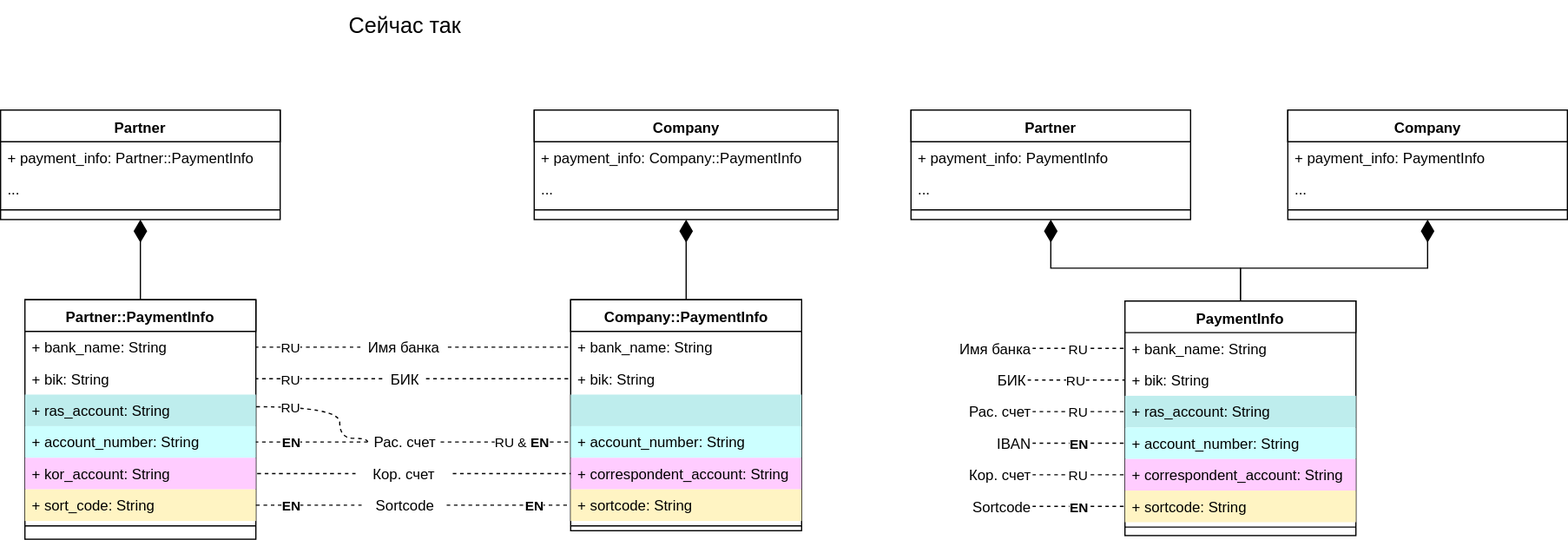
Earlier version of the draw.io export payment-info.svg (ajile/draw-io). Source tidied: cells renumbered, new cells last; positions are measured from the earlier drawing's top-left corner, leaving out a move shared by most shapes.
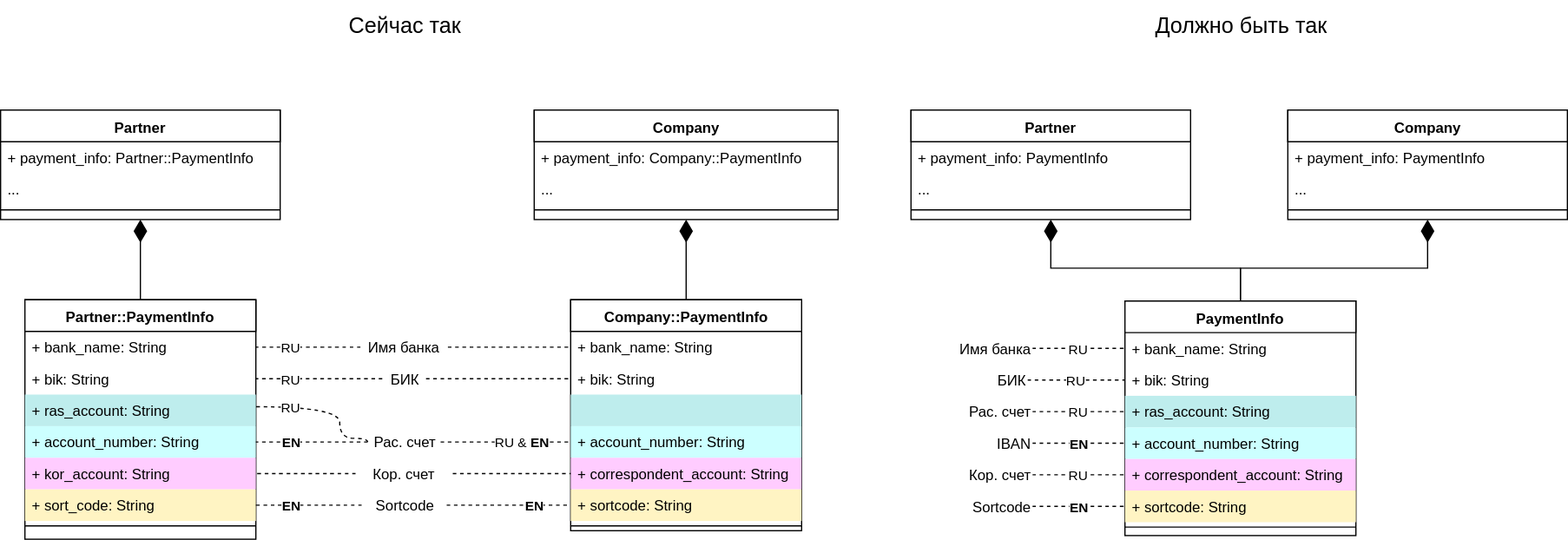
Above is the later version.

Change to the diagram source:
```diff
@@ -236,5 +236,8 @@
     <mxCell id="74" value="Сейчас так" style="text;html=1;strokeColor=none;fillColor=none;align=center;verticalAlign=middle;whiteSpace=wrap;fontSize=18;" parent="1" vertex="1">
       <mxGeometry x="245" width="174" height="40" as="geometry" />
     </mxCell>
+    <mxCell id="75" value="Должно быть так" style="text;html=1;strokeColor=none;fillColor=none;align=center;verticalAlign=middle;whiteSpace=wrap;fontSize=18;" parent="1" vertex="1">
+      <mxGeometry x="933" width="174" height="40" as="geometry" />
+    </mxCell>
   </root>
 </mxGraphModel>
```
